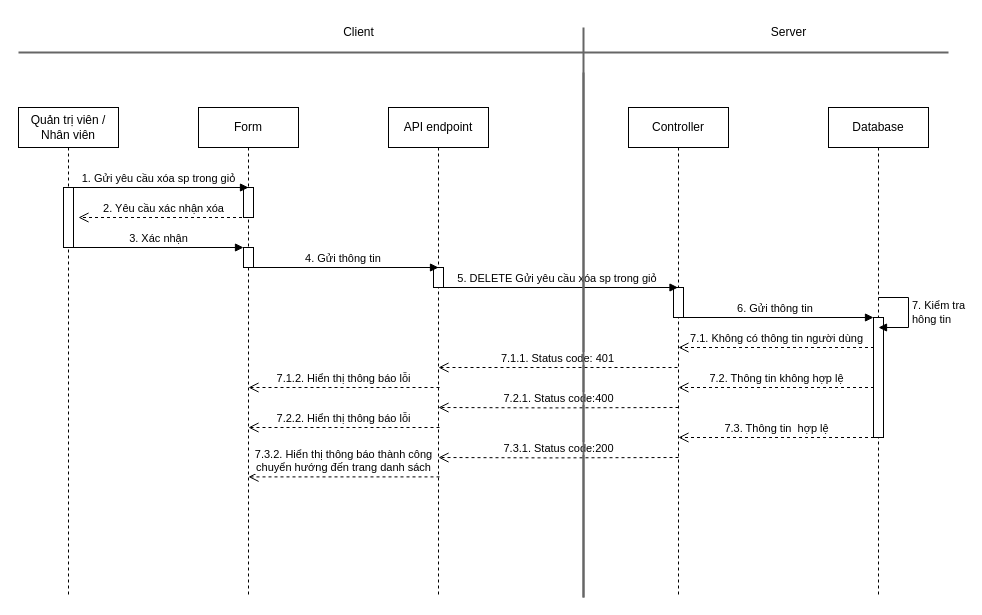
Earlier version of the draw.io diagram page "Page-3" (3 of 4) of SD/SD_QUANLYGIOHANG.drawio (hieuNV0871/da). Source tidied: cells renumbered, new cells numbered last; positions are measured from the earlier drawing's top-left corner, leaving out a move shared by most shapes. Both pictures are drawn from the tidied source at 100%, with x=0, y=0 at pixel (18, 17).
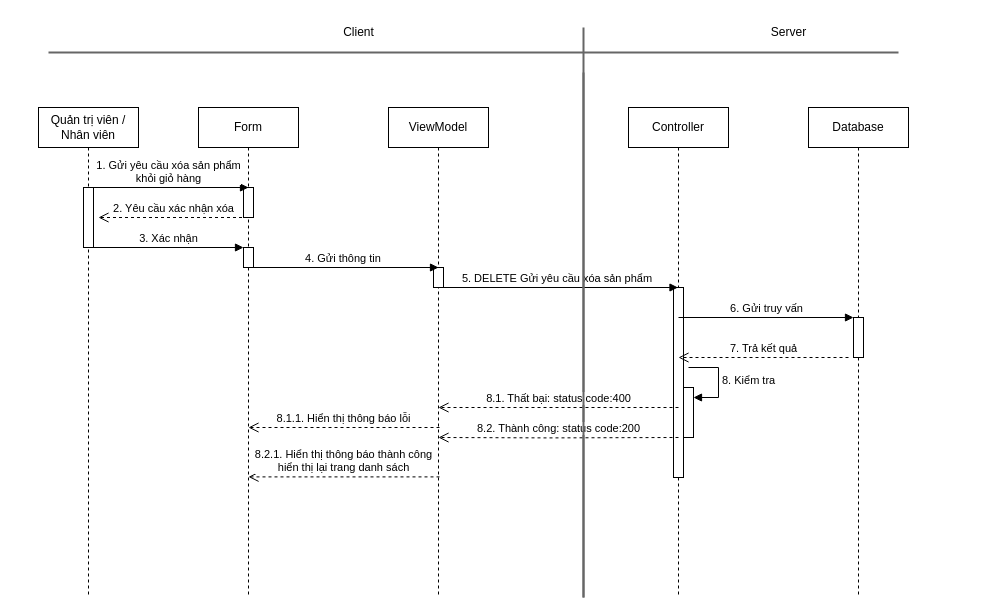
The same page after the edit.

Unchanged cells that the change refers to:
```xml
<mxCell id="7" value="Controller" style="shape=umlLifeline;perimeter=lifelinePerimeter;whiteSpace=wrap;html=1;outlineConnect=0;portConstraint=eastwest;newEdgeStyle={&quot;curved&quot;:0,&quot;rounded&quot;:0};" parent="1" vertex="1">
  <mxGeometry x="610" y="90" width="100" height="490" as="geometry" />
</mxCell>
```

Diff of the diagram source:
```diff
@@
     <mxCell id="2" value="Quản trị viên / Nhân viên" style="shape=umlLifeline;perimeter=lifelinePerimeter;whiteSpace=wrap;html=1;newEdgeStyle={&quot;curved&quot;:0,&quot;rounded&quot;:0};" parent="1" vertex="1">
-      <mxGeometry y="90" width="100" height="490" as="geometry" />
+      <mxGeometry x="20" y="90" width="100" height="490" as="geometry" />
     </mxCell>
@@
-    <mxCell id="8" style="html=1;perimeter=orthogonalPerimeter;targetShapes=umlLifeline;newEdgeStyle={&quot;curved&quot;:0,&quot;rounded&quot;:0};" parent="7" vertex="1">
-      <mxGeometry x="45" y="180" width="10" height="30" as="geometry" />
-    </mxCell>
+    <mxCell id="34" style="html=1;perimeter=orthogonalPerimeter;targetShapes=umlLifeline;newEdgeStyle={&quot;curved&quot;:0,&quot;rounded&quot;:0};" parent="7" vertex="1">
+      <mxGeometry x="45" y="180" width="10" height="190" as="geometry" />
+    </mxCell>
+    <mxCell id="35" style="html=1;points=[[0,0,0,0,5],[0,1,0,0,-5],[1,0,0,0,5],[1,1,0,0,-5]];perimeter=orthogonalPerimeter;outlineConnect=0;targetShapes=umlLifeline;portConstraint=eastwest;newEdgeStyle={&quot;curved&quot;:0,&quot;rounded&quot;:0};" parent="7" vertex="1">
+      <mxGeometry x="55" y="280" width="10" height="50" as="geometry" />
+    </mxCell>
+    <mxCell id="36" value="8. Kiểm tra&amp;nbsp;" style="html=1;align=left;spacingLeft=2;endArrow=block;rounded=0;edgeStyle=orthogonalEdgeStyle;curved=0;rounded=0;" parent="7" edge="1" target="35">
+      <mxGeometry relative="1" as="geometry">
+        <mxPoint x="60" y="260" as="sourcePoint" />
+        <Array as="points">
+          <mxPoint x="90" y="290" />
+        </Array>
+      </mxGeometry>
+    </mxCell>
     <mxCell id="9" value="2. Yêu cầu xác nhận xóa" style="html=1;verticalAlign=bottom;endArrow=open;dashed=1;endSize=8;curved=0;rounded=0;" parent="1" edge="1">
       <mxGeometry relative="1" as="geometry">
         <mxPoint x="229.5" y="200" as="sourcePoint" />
-        <mxPoint x="60" y="200" as="targetPoint" />
+        <mxPoint x="80" y="200" as="targetPoint" />
         <Array as="points">
           <mxPoint x="130" y="200" />
         </Array>
       </mxGeometry>
     </mxCell>
@@
-    <mxCell id="11" value="1. Gửi yêu cầu xóa sp trong giỏ" style="html=1;verticalAlign=bottom;endArrow=block;curved=0;rounded=0;" parent="1" edge="1">
-      <mxGeometry relative="1" as="geometry">
-        <mxPoint x="50" y="170" as="sourcePoint" />
-        <mxPoint x="230" y="170" as="targetPoint" />
-      </mxGeometry>
-    </mxCell>
-    <mxCell id="12" value="5. DELETE Gửi yêu cầu xóa sp trong giỏ&amp;nbsp;" style="html=1;verticalAlign=bottom;endArrow=block;curved=0;rounded=0;" parent="1" edge="1" target="7">
-      <mxGeometry relative="1" as="geometry">
-        <mxPoint x="420" y="270" as="sourcePoint" />
-      </mxGeometry>
-    </mxCell>
+    <mxCell id="37" value="1. Gửi yêu cầu xóa sản phẩm&lt;br&gt;khỏi giỏ hàng" style="html=1;verticalAlign=bottom;endArrow=block;curved=0;rounded=0;" parent="1" edge="1">
+      <mxGeometry relative="1" as="geometry">
+        <mxPoint x="70" y="170" as="sourcePoint" />
+        <mxPoint x="230" y="170" as="targetPoint" />
+      </mxGeometry>
+    </mxCell>
+    <mxCell id="38" value="5. DELETE Gửi yêu cầu xóa sản phẩm&amp;nbsp;" style="html=1;verticalAlign=bottom;endArrow=block;curved=0;rounded=0;" parent="1" edge="1" target="7">
+      <mxGeometry relative="1" as="geometry">
+        <mxPoint x="420" y="270" as="sourcePoint" />
+      </mxGeometry>
+    </mxCell>
     <mxCell id="13" value="Database" style="shape=umlLifeline;perimeter=lifelinePerimeter;whiteSpace=wrap;html=1;newEdgeStyle={&quot;curved&quot;:0,&quot;rounded&quot;:0};" parent="1" vertex="1">
-      <mxGeometry x="810" y="90" width="100" height="490" as="geometry" />
+      <mxGeometry x="790" y="90" width="100" height="490" as="geometry" />
     </mxCell>
-    <mxCell id="14" style="html=1;points=[[0,0,0,0,5],[0,1,0,0,-5],[1,0,0,0,5],[1,1,0,0,-5]];perimeter=orthogonalPerimeter;outlineConnect=0;targetShapes=umlLifeline;portConstraint=eastwest;newEdgeStyle={&quot;curved&quot;:0,&quot;rounded&quot;:0};" parent="13" vertex="1">
-      <mxGeometry x="45" y="210" width="10" height="120" as="geometry" />
-    </mxCell>
-    <mxCell id="15" style="line;strokeWidth=2;html=1;fillColor=#f5f5f5;fontColor=#333333;strokeColor=#666666;" parent="1" vertex="1">
-      <mxGeometry y="30" width="930" height="10" as="geometry" />
-    </mxCell>
+    <mxCell id="39" style="html=1;points=[[0,0,0,0,5],[0,1,0,0,-5],[1,0,0,0,5],[1,1,0,0,-5]];perimeter=orthogonalPerimeter;outlineConnect=0;targetShapes=umlLifeline;portConstraint=eastwest;newEdgeStyle={&quot;curved&quot;:0,&quot;rounded&quot;:0};" parent="13" vertex="1">
+      <mxGeometry x="45" y="210" width="10" height="40" as="geometry" />
+    </mxCell>
+    <mxCell id="40" style="line;strokeWidth=2;html=1;fillColor=#f5f5f5;fontColor=#333333;strokeColor=#666666;" parent="1" vertex="1">
+      <mxGeometry x="30" y="30" width="850" height="10" as="geometry" />
+    </mxCell>
@@
-    <mxCell id="19" value="API endpoint" style="shape=umlLifeline;perimeter=lifelinePerimeter;whiteSpace=wrap;html=1;newEdgeStyle={&quot;curved&quot;:0,&quot;rounded&quot;:0};" parent="1" vertex="1">
-      <mxGeometry x="370" y="90" width="100" height="490" as="geometry" />
-    </mxCell>
+    <mxCell id="41" value="ViewModel" style="shape=umlLifeline;perimeter=lifelinePerimeter;whiteSpace=wrap;html=1;newEdgeStyle={&quot;curved&quot;:0,&quot;rounded&quot;:0};" parent="1" vertex="1">
+      <mxGeometry x="370" y="90" width="100" height="490" as="geometry" />
+    </mxCell>
-    <mxCell id="20" style="html=1;perimeter=orthogonalPerimeter;targetShapes=umlLifeline;newEdgeStyle={&quot;curved&quot;:0,&quot;rounded&quot;:0};" parent="19" vertex="1">
+    <mxCell id="20" style="html=1;perimeter=orthogonalPerimeter;targetShapes=umlLifeline;newEdgeStyle={&quot;curved&quot;:0,&quot;rounded&quot;:0};" parent="41" vertex="1">
       <mxGeometry x="45" y="160" width="10" height="20" as="geometry" />
     </mxCell>
@@
-    <mxCell id="22" value="7. Kiểm tra &lt;br&gt;hông tin" style="html=1;align=left;spacingLeft=2;endArrow=block;rounded=0;edgeStyle=orthogonalEdgeStyle;curved=0;rounded=0;" parent="1" edge="1">
-      <mxGeometry relative="1" as="geometry">
-        <mxPoint x="860" y="280" as="sourcePoint" />
-        <mxPoint x="860" y="310" as="targetPoint" />
-        <Array as="points">
-          <mxPoint x="890" y="310" />
-        </Array>
-      </mxGeometry>
-    </mxCell>
-    <mxCell id="23" value="6. Gửi thông tin&amp;nbsp;" style="html=1;verticalAlign=bottom;endArrow=block;curved=0;rounded=0;" parent="1" edge="1" target="14">
-      <mxGeometry relative="1" as="geometry">
-        <mxPoint x="660" y="300" as="sourcePoint" />
-      </mxGeometry>
-    </mxCell>
-    <mxCell id="24" value="7.1. Không có thông tin người dùng" style="html=1;verticalAlign=bottom;endArrow=open;dashed=1;endSize=8;curved=0;rounded=0;" parent="1" edge="1">
-      <mxGeometry relative="1" as="geometry">
-        <mxPoint x="855.5" y="330" as="sourcePoint" />
-        <mxPoint x="660" y="330" as="targetPoint" />
-        <Array as="points">
-          <mxPoint x="695.5" y="330" />
-        </Array>
-      </mxGeometry>
-    </mxCell>
-    <mxCell id="25" value="7.2. Thông tin không hợp lệ" style="html=1;verticalAlign=bottom;endArrow=open;dashed=1;endSize=8;curved=0;rounded=0;" parent="1" edge="1">
-      <mxGeometry relative="1" as="geometry">
-        <mxPoint x="855.5" y="370" as="sourcePoint" />
-        <mxPoint x="660" y="370" as="targetPoint" />
-      </mxGeometry>
-    </mxCell>
-    <mxCell id="26" value="7.1.1. Status code: 401" style="html=1;verticalAlign=bottom;endArrow=open;dashed=1;endSize=8;curved=0;rounded=0;" parent="1" edge="1">
-      <mxGeometry relative="1" as="geometry">
-        <mxPoint x="659" y="350" as="sourcePoint" />
-        <mxPoint x="420" y="350" as="targetPoint" />
-        <Array as="points">
-          <mxPoint x="520.5" y="350" />
-        </Array>
-      </mxGeometry>
-    </mxCell>
-    <mxCell id="27" value="7.2.1. Status code:400" style="html=1;verticalAlign=bottom;endArrow=open;dashed=1;endSize=8;curved=0;rounded=0;" parent="1" edge="1">
-      <mxGeometry relative="1" as="geometry">
-        <mxPoint x="660" y="390" as="sourcePoint" />
-        <mxPoint x="420" y="390" as="targetPoint" />
-        <Array as="points">
-          <mxPoint x="530.5" y="390.4" />
-        </Array>
-      </mxGeometry>
-    </mxCell>
-    <mxCell id="28" value="7.1.2. Hiển thị thông báo lỗi" style="html=1;verticalAlign=bottom;endArrow=open;dashed=1;endSize=8;curved=0;rounded=0;" parent="1" edge="1">
-      <mxGeometry relative="1" as="geometry">
-        <mxPoint x="421" y="370" as="sourcePoint" />
-        <mxPoint x="230" y="370" as="targetPoint" />
-      </mxGeometry>
-    </mxCell>
-    <mxCell id="29" value="7.3. Thông tin&amp;nbsp; hợp lệ" style="html=1;verticalAlign=bottom;endArrow=open;dashed=1;endSize=8;curved=0;rounded=0;" parent="1" edge="1">
-      <mxGeometry relative="1" as="geometry">
-        <mxPoint x="855.5" y="420" as="sourcePoint" />
-        <mxPoint x="660" y="420" as="targetPoint" />
-      </mxGeometry>
-    </mxCell>
-    <mxCell id="30" value="7.3.1. Status code:200" style="html=1;verticalAlign=bottom;endArrow=open;dashed=1;endSize=8;curved=0;rounded=0;" parent="1" edge="1">
-      <mxGeometry relative="1" as="geometry">
-        <mxPoint x="660" y="440" as="sourcePoint" />
-        <mxPoint x="420" y="440" as="targetPoint" />
-        <Array as="points">
-          <mxPoint x="530.5" y="440.4" />
-        </Array>
-      </mxGeometry>
-    </mxCell>
+    <mxCell id="42" value="6. Gửi truy vấn" style="html=1;verticalAlign=bottom;endArrow=block;curved=0;rounded=0;" parent="1" edge="1" target="39">
+      <mxGeometry relative="1" as="geometry">
+        <mxPoint x="660" y="300" as="sourcePoint" />
+      </mxGeometry>
+    </mxCell>
+    <mxCell id="43" value="7. Trả kết quả" style="html=1;verticalAlign=bottom;endArrow=open;dashed=1;endSize=8;curved=0;rounded=0;" parent="1" edge="1">
+      <mxGeometry relative="1" as="geometry">
+        <mxPoint x="830" y="340" as="sourcePoint" />
+        <mxPoint x="660" y="340" as="targetPoint" />
+        <Array as="points">
+          <mxPoint x="695.5" y="340" />
+        </Array>
+      </mxGeometry>
+    </mxCell>
+    <mxCell id="44" value="8.1. Thất bại: status code:400" style="html=1;verticalAlign=bottom;endArrow=open;dashed=1;endSize=8;curved=0;rounded=0;" parent="1" edge="1">
+      <mxGeometry relative="1" as="geometry">
+        <mxPoint x="660" y="390" as="sourcePoint" />
+        <mxPoint x="420" y="390" as="targetPoint" />
+      </mxGeometry>
+    </mxCell>
+    <mxCell id="45" value="8.2. Thành công: status code:200" style="html=1;verticalAlign=bottom;endArrow=open;dashed=1;endSize=8;curved=0;rounded=0;" parent="1" edge="1">
+      <mxGeometry relative="1" as="geometry">
+        <mxPoint x="660" y="420" as="sourcePoint" />
+        <mxPoint x="420" y="420" as="targetPoint" />
+        <Array as="points">
+          <mxPoint x="530.5" y="420.4" />
+        </Array>
+      </mxGeometry>
+    </mxCell>
@@
-    <mxCell id="32" value="7.2.2. Hiển thị thông báo lỗi" style="html=1;verticalAlign=bottom;endArrow=open;dashed=1;endSize=8;curved=0;rounded=0;" parent="1" edge="1">
-      <mxGeometry relative="1" as="geometry">
-        <mxPoint x="421" y="410" as="sourcePoint" />
-        <mxPoint x="230" y="410" as="targetPoint" />
-      </mxGeometry>
-    </mxCell>
-    <mxCell id="33" value="7.3.2. Hiển thị thông báo thành công&lt;br&gt;chuyển hướng đến trang danh sách" style="html=1;verticalAlign=bottom;endArrow=open;dashed=1;endSize=8;curved=0;rounded=0;" parent="1" edge="1">
-      <mxGeometry relative="1" as="geometry">
-        <mxPoint x="421" y="459.4" as="sourcePoint" />
-        <mxPoint x="230" y="459.4" as="targetPoint" />
-      </mxGeometry>
-    </mxCell>
+    <mxCell id="46" value="8.1.1. Hiển thị thông báo lỗi" style="html=1;verticalAlign=bottom;endArrow=open;dashed=1;endSize=8;curved=0;rounded=0;" parent="1" edge="1">
+      <mxGeometry relative="1" as="geometry">
+        <mxPoint x="421" y="410" as="sourcePoint" />
+        <mxPoint x="230" y="410" as="targetPoint" />
+      </mxGeometry>
+    </mxCell>
+    <mxCell id="47" value="8.2.1. Hiển thị thông báo thành công&lt;br&gt;hiển thị lại trang danh sách" style="html=1;verticalAlign=bottom;endArrow=open;dashed=1;endSize=8;curved=0;rounded=0;" parent="1" edge="1">
+      <mxGeometry relative="1" as="geometry">
+        <mxPoint x="421" y="459.4" as="sourcePoint" />
+        <mxPoint x="230" y="459.4" as="targetPoint" />
+      </mxGeometry>
+    </mxCell>
```
